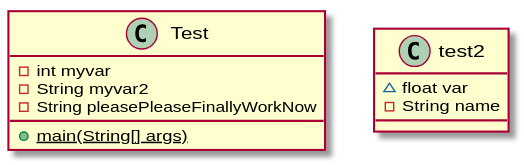
This is docs/uml/test2.svg from andrewdimmer/csi-3370-software-project-config-test, a PlantUML export, as it was before one commit.
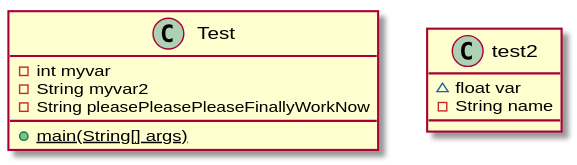
Later version of the same file.

Diff of the diagram source:
```diff
@@ -4,7 +4,7 @@
 class Test {
     - int myvar
     - String myvar2
-    - String pleasePleaseFinallyWorkNow
+    - String pleasePleasePleaseFinallyWorkNow
     {static} + main(String[] args)
 }
 
```
